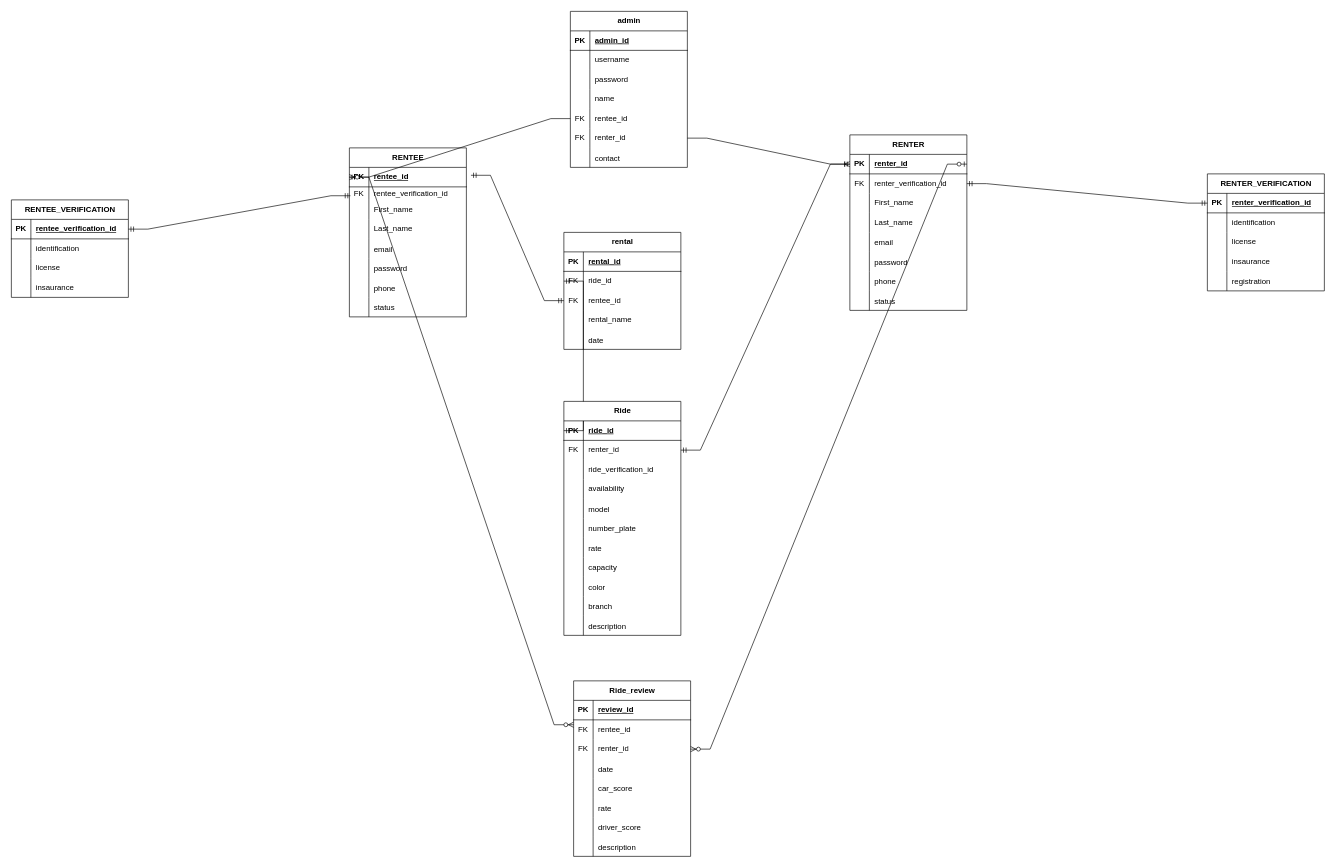
Before: WW_ER_FINAL.drawio in codewhisperper/wanderwheelz, a draw.io diagram. Source tidied: cells renumbered, new cells numbered last; positions are measured from the earlier drawing's top-left corner, leaving out a move shared by most shapes. Both pictures are drawn from the tidied source at 65%, with x=0, y=0 at pixel (11, 11).
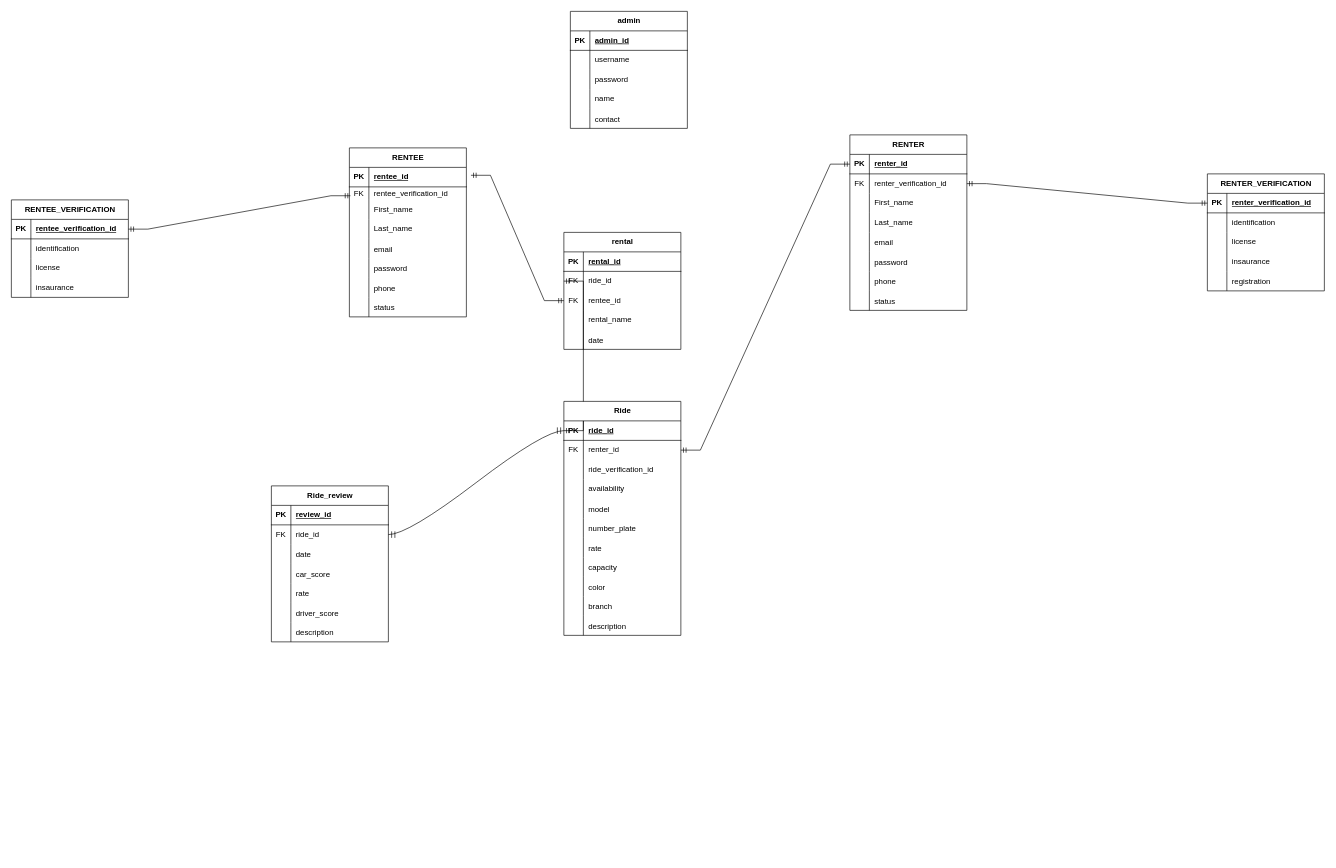
The same page after the edit.

Unchanged cells that the change refers to:
```xml
<mxCell id="3" style="shape=tableRow;horizontal=0;startSize=0;swimlaneHead=0;swimlaneBody=0;fillColor=none;points=[[0,0.5],[1,0.5]];portConstraint=eastwest;top=0;left=0;right=0;bottom=1;" parent="2" vertex="1">
  <mxGeometry y="30" width="180" height="30" as="geometry" />
</mxCell>
<mxCell id="28" style="shape=tableRow;horizontal=0;startSize=0;swimlaneHead=0;swimlaneBody=0;fillColor=none;points=[[0,0.5],[1,0.5]];portConstraint=eastwest;top=0;left=0;right=0;bottom=1;" parent="27" vertex="1">
  <mxGeometry y="30" width="180" height="30" as="geometry" />
</mxCell>
<mxCell id="126" style="shape=tableRow;horizontal=0;startSize=0;swimlaneHead=0;swimlaneBody=0;fillColor=none;points=[[0,0.5],[1,0.5]];portConstraint=eastwest;top=0;left=0;right=0;bottom=0;" parent="122" vertex="1">
  <mxGeometry y="60" width="180" height="30" as="geometry" />
</mxCell>
<mxCell id="152" style="shape=tableRow;horizontal=0;startSize=0;swimlaneHead=0;swimlaneBody=0;fillColor=none;points=[[0,0.5],[1,0.5]];portConstraint=eastwest;top=0;left=0;right=0;bottom=1;" parent="151" vertex="1">
  <mxGeometry y="30" width="180" height="30" as="geometry" />
</mxCell>
```

The edit, as a diff of the source:
```diff
@@
     <mxCell id="81" value="admin" style="shape=table;startSize=30;childLayout=tableLayout;rowLines=0;fontStyle=1;align=center;html=1;" parent="1" vertex="1">
-      <mxGeometry x="860" width="180" height="240" as="geometry" />
+      <mxGeometry x="860" width="180" height="180" as="geometry" />
     </mxCell>
@@
-    <mxCell id="94" style="shape=tableRow;horizontal=0;startSize=0;swimlaneHead=0;swimlaneBody=0;fillColor=none;points=[[0,0.5],[1,0.5]];portConstraint=eastwest;top=0;left=0;right=0;bottom=0;" parent="81" vertex="1">
-      <mxGeometry y="150" width="180" height="30" as="geometry" />
-    </mxCell>
-    <mxCell id="95" value="FK" style="shape=partialRectangle;fillColor=none;top=0;left=0;bottom=0;right=0;fontStyle=0;overflow=hidden;whiteSpace=wrap;html=1;" parent="94" vertex="1">
-      <mxGeometry width="30" height="30" as="geometry" />
-    </mxCell>
-    <mxCell id="96" value="rentee_id" style="shape=partialRectangle;fillColor=none;top=0;left=0;bottom=0;right=0;align=left;spacingLeft=6;fontStyle=0;overflow=hidden;whiteSpace=wrap;html=1;" parent="94" vertex="1">
-      <mxGeometry x="30" width="150" height="30" as="geometry" />
-    </mxCell>
-    <mxCell id="97" style="shape=tableRow;horizontal=0;startSize=0;swimlaneHead=0;swimlaneBody=0;fillColor=none;points=[[0,0.5],[1,0.5]];portConstraint=eastwest;top=0;left=0;right=0;bottom=0;" parent="81" vertex="1">
-      <mxGeometry y="180" width="180" height="30" as="geometry" />
-    </mxCell>
-    <mxCell id="98" value="FK" style="shape=partialRectangle;fillColor=none;top=0;left=0;bottom=0;right=0;fontStyle=0;overflow=hidden;whiteSpace=wrap;html=1;" parent="97" vertex="1">
-      <mxGeometry width="30" height="30" as="geometry" />
-    </mxCell>
-    <mxCell id="99" value="renter_id" style="shape=partialRectangle;fillColor=none;top=0;left=0;bottom=0;right=0;align=left;spacingLeft=6;fontStyle=0;overflow=hidden;whiteSpace=wrap;html=1;" parent="97" vertex="1">
-      <mxGeometry x="30" width="150" height="30" as="geometry" />
-    </mxCell>
     <mxCell id="100" style="shape=tableRow;horizontal=0;startSize=0;swimlaneHead=0;swimlaneBody=0;fillColor=none;top=0;left=0;right=0;bottom=0;" parent="81" vertex="1">
-      <mxGeometry y="210" width="180" height="30" as="geometry" />
+      <mxGeometry y="150" width="180" height="30" as="geometry" />
     </mxCell>
@@
-    <mxCell id="103" style="edgeStyle=entityRelationEdgeStyle;fontSize=12;html=1;endArrow=ERoneToMany;rounded=0;exitX=1;exitY=0.5;exitDx=0;exitDy=0;entryX=0;entryY=0.5;entryDx=0;entryDy=0;" parent="1" edge="1" source="97" target="28">
-      <mxGeometry relative="1" as="geometry" />
-    </mxCell>
@@
     <mxCell id="122" value="Ride_review" style="shape=table;startSize=30;childLayout=tableLayout;rowLines=0;fontStyle=1;align=center;html=1;" parent="1" vertex="1">
-      <mxGeometry x="865" y="1030" width="180" height="270" as="geometry" />
+      <mxGeometry x="400" y="730" width="180" height="240" as="geometry" />
     </mxCell>
@@
-    <mxCell id="128" value="rentee_id" style="shape=partialRectangle;fillColor=none;top=0;left=0;bottom=0;right=0;align=left;spacingLeft=6;fontStyle=0;overflow=hidden;whiteSpace=wrap;html=1;" parent="126" vertex="1">
+    <mxCell id="128" value="ride_id" style="shape=partialRectangle;fillColor=none;top=0;left=0;bottom=0;right=0;align=left;spacingLeft=6;fontStyle=0;overflow=hidden;whiteSpace=wrap;html=1;" parent="126" vertex="1">
       <mxGeometry x="30" width="150" height="30" as="geometry" />
     </mxCell>
-    <mxCell id="129" style="shape=tableRow;horizontal=0;startSize=0;swimlaneHead=0;swimlaneBody=0;fillColor=none;points=[[0,0.5],[1,0.5]];portConstraint=eastwest;top=0;left=0;right=0;bottom=0;" parent="122" vertex="1">
-      <mxGeometry y="90" width="180" height="30" as="geometry" />
-    </mxCell>
-    <mxCell id="130" value="FK" style="shape=partialRectangle;fillColor=none;top=0;left=0;bottom=0;right=0;fontStyle=0;overflow=hidden;whiteSpace=wrap;html=1;" parent="129" vertex="1">
-      <mxGeometry width="30" height="30" as="geometry" />
-    </mxCell>
-    <mxCell id="131" value="renter_id" style="shape=partialRectangle;fillColor=none;top=0;left=0;bottom=0;right=0;align=left;spacingLeft=6;fontStyle=0;overflow=hidden;whiteSpace=wrap;html=1;" parent="129" vertex="1">
-      <mxGeometry x="30" width="150" height="30" as="geometry" />
-    </mxCell>
     <mxCell id="132" style="shape=tableRow;horizontal=0;startSize=0;swimlaneHead=0;swimlaneBody=0;fillColor=none;top=0;left=0;right=0;bottom=0;" parent="122" vertex="1">
-      <mxGeometry y="120" width="180" height="30" as="geometry" />
+      <mxGeometry y="90" width="180" height="30" as="geometry" />
     </mxCell>
@@
     <mxCell id="135" style="shape=tableRow;horizontal=0;startSize=0;swimlaneHead=0;swimlaneBody=0;fillColor=none;top=0;left=0;right=0;bottom=0;" parent="122" vertex="1">
-      <mxGeometry y="150" width="180" height="30" as="geometry" />
+      <mxGeometry y="120" width="180" height="30" as="geometry" />
     </mxCell>
@@
     <mxCell id="138" style="shape=tableRow;horizontal=0;startSize=0;swimlaneHead=0;swimlaneBody=0;fillColor=none;top=0;left=0;right=0;bottom=0;" parent="122" vertex="1">
-      <mxGeometry y="180" width="180" height="30" as="geometry" />
+      <mxGeometry y="150" width="180" height="30" as="geometry" />
     </mxCell>
@@
     <mxCell id="141" style="shape=tableRow;horizontal=0;startSize=0;swimlaneHead=0;swimlaneBody=0;fillColor=none;top=0;left=0;right=0;bottom=0;" parent="122" vertex="1">
-      <mxGeometry y="210" width="180" height="30" as="geometry" />
+      <mxGeometry y="180" width="180" height="30" as="geometry" />
     </mxCell>
@@
     <mxCell id="144" style="shape=tableRow;horizontal=0;startSize=0;swimlaneHead=0;swimlaneBody=0;fillColor=none;top=0;left=0;right=0;bottom=0;" parent="122" vertex="1">
-      <mxGeometry y="240" width="180" height="30" as="geometry" />
+      <mxGeometry y="210" width="180" height="30" as="geometry" />
     </mxCell>
@@
-    <mxCell id="147" style="edgeStyle=entityRelationEdgeStyle;fontSize=12;html=1;endArrow=ERoneToMany;rounded=0;entryX=0;entryY=0.5;entryDx=0;entryDy=0;exitX=0;exitY=0.5;exitDx=0;exitDy=0;" parent="1" edge="1" source="94" target="3">
-      <mxGeometry relative="1" as="geometry" />
-    </mxCell>
@@
-    <mxCell id="149" style="edgeStyle=entityRelationEdgeStyle;fontSize=12;html=1;endArrow=ERzeroToMany;startArrow=ERzeroToOne;rounded=0;exitX=0;exitY=0.5;exitDx=0;exitDy=0;entryX=0;entryY=0.25;entryDx=0;entryDy=0;" parent="1" edge="1" source="3" target="122">
-      <mxGeometry relative="1" as="geometry">
-        <Array as="points">
-          <mxPoint x="470" y="770" />
-          <mxPoint x="500" y="770" />
-        </Array>
-      </mxGeometry>
-    </mxCell>
@@
-    <mxCell id="186" style="edgeStyle=entityRelationEdgeStyle;fontSize=12;html=1;endArrow=ERzeroToMany;startArrow=ERzeroToOne;rounded=0;exitX=1;exitY=0.5;exitDx=0;exitDy=0;entryX=1;entryY=0.5;entryDx=0;entryDy=0;" parent="1" edge="1" source="28" target="129">
-      <mxGeometry relative="1" as="geometry" />
-    </mxCell>
+    <mxCell id="187" style="edgeStyle=entityRelationEdgeStyle;fontSize=12;html=1;endArrow=ERmandOne;startArrow=ERmandOne;rounded=0;startSize=8;endSize=8;curved=1;entryX=1;entryY=0.5;entryDx=0;entryDy=0;exitX=0;exitY=0.5;exitDx=0;exitDy=0;" parent="1" edge="1" source="152" target="126">
+      <mxGeometry relative="1" as="geometry">
+        <Array as="points">
+          <mxPoint x="740" y="860" />
+          <mxPoint x="670" y="760" />
+        </Array>
+      </mxGeometry>
+    </mxCell>
```
